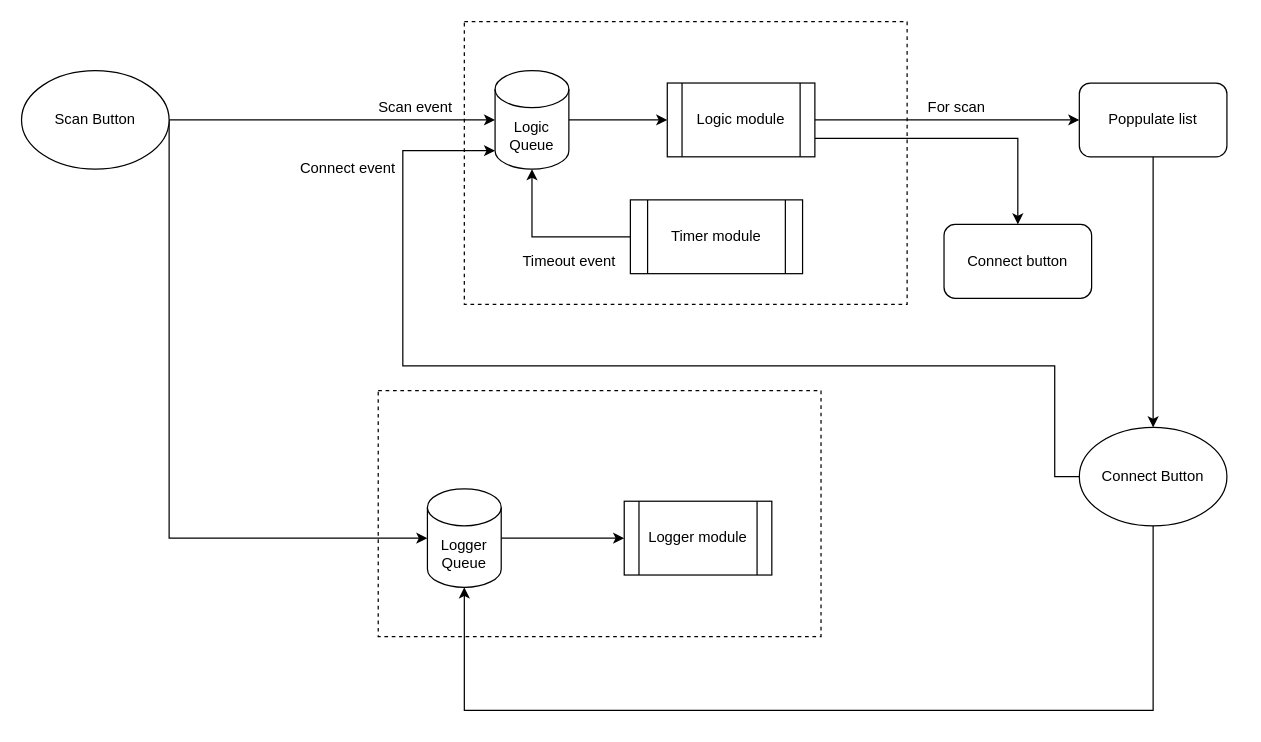
This is ConnectTab.drawio from arjun1299/PancreasGUI, a draw.io file, before an edit. Source tidied: cells renumbered, new cells numbered last; positions are measured from the earlier drawing's top-left corner, leaving out a move shared by most shapes. Both pictures are drawn from the tidied source at 123%, with x=0, y=0 at pixel (21, 21).
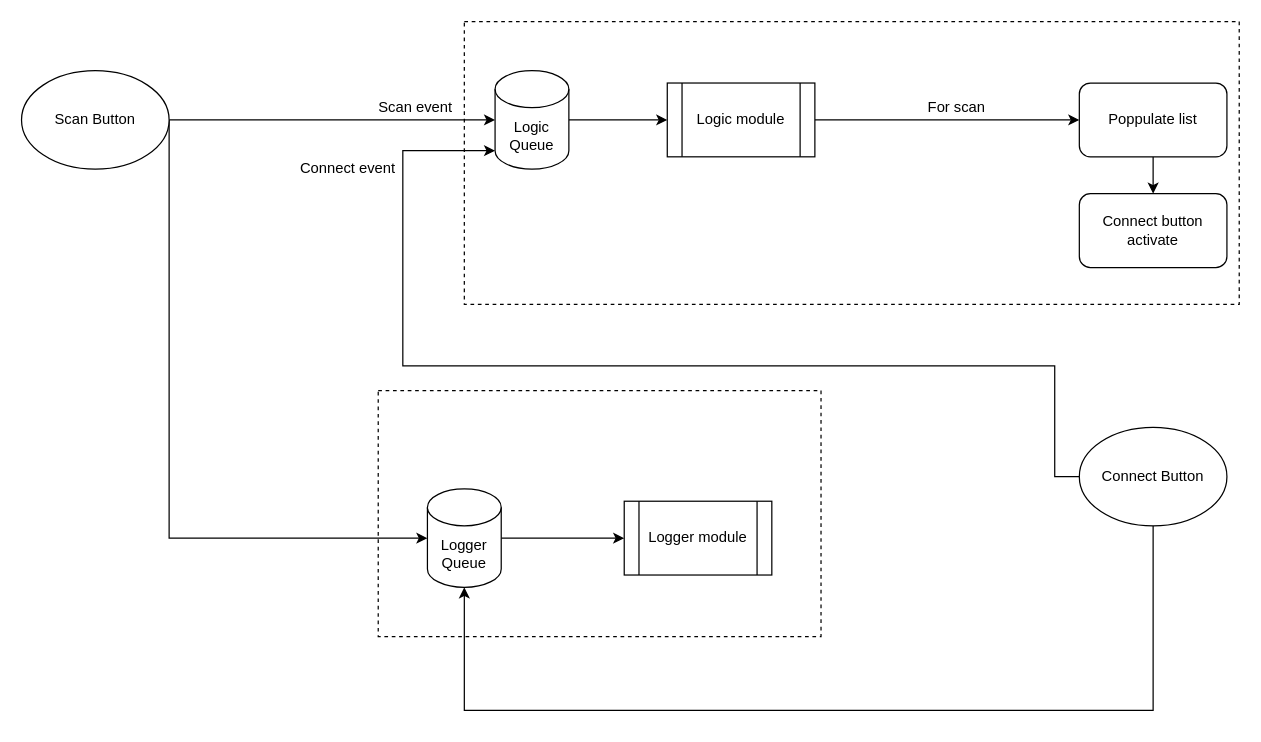
Above is the later version.

The change refers to these unchanged cells:
```xml
<mxCell id="8" value="Logic Queue" style="shape=cylinder3;whiteSpace=wrap;html=1;boundedLbl=1;backgroundOutline=1;size=15;" parent="1" vertex="1">
  <mxGeometry x="385" y="40" width="60" height="80" as="geometry" />
</mxCell>
<mxCell id="13" value="&lt;div&gt;Logic module&lt;/div&gt;" style="shape=process;whiteSpace=wrap;html=1;backgroundOutline=1;" parent="1" vertex="1">
  <mxGeometry x="525" y="50" width="120" height="60" as="geometry" />
</mxCell>
<mxCell id="20" value="Connect Button" style="ellipse;whiteSpace=wrap;html=1;" parent="1" vertex="1">
  <mxGeometry x="860" y="330" width="120" height="80" as="geometry" />
</mxCell>
<mxCell id="22" value="Poppulate list" style="rounded=1;whiteSpace=wrap;html=1;" parent="1" vertex="1">
  <mxGeometry x="860" y="50" width="120" height="60" as="geometry" />
</mxCell>
```

What changed in the source:
```diff
@@
     <mxCell id="6" style="verticalLabelPosition=bottom;verticalAlign=top;html=1;shape=mxgraph.basic.rect;fillColor2=none;strokeWidth=1;size=20;indent=5;dashed=1;" parent="1" vertex="1">
-      <mxGeometry x="360" width="360" height="230" as="geometry" />
+      <mxGeometry x="360" width="630" height="230" as="geometry" />
     </mxCell>
@@
-    <mxCell id="9" style="edgeStyle=orthogonalEdgeStyle;rounded=0;jettySize=auto;html=1;" parent="1" edge="1" source="10" target="8">
-      <mxGeometry relative="1" as="geometry" />
-    </mxCell>
-    <mxCell id="10" value="Timer module" style="shape=process;whiteSpace=wrap;html=1;backgroundOutline=1;" parent="1" vertex="1">
-      <mxGeometry x="495" y="145" width="140" height="60" as="geometry" />
-    </mxCell>
@@
-    <mxCell id="12" style="edgeStyle=orthogonalEdgeStyle;rounded=0;jettySize=auto;html=1;exitX=1;exitY=0.75;exitDx=0;exitDy=0;entryX=0.5;entryY=0;entryDx=0;entryDy=0;" parent="1" edge="1" source="13" target="26">
-      <mxGeometry relative="1" as="geometry" />
-    </mxCell>
@@
-    <mxCell id="14" value="Timeout event" style="text;html=1;align=center;verticalAlign=middle;" parent="1" vertex="1">
-      <mxGeometry x="400" y="185" width="90" height="20" as="geometry" />
-    </mxCell>
@@
-    <mxCell id="21" style="edgeStyle=orthogonalEdgeStyle;rounded=0;jettySize=auto;html=1;" parent="1" edge="1" source="22" target="20">
-      <mxGeometry relative="1" as="geometry" />
-    </mxCell>
+    <mxCell id="27" style="edgeStyle=orthogonalEdgeStyle;rounded=0;jettySize=auto;html=1;" parent="1" edge="1" source="22" target="26">
+      <mxGeometry relative="1" as="geometry" />
+    </mxCell>
@@
-    <mxCell id="26" value="Connect button" style="rounded=1;whiteSpace=wrap;html=1;" parent="1" vertex="1">
-      <mxGeometry x="750" y="165" width="120" height="60" as="geometry" />
+    <mxCell id="26" value="Connect button activate" style="rounded=1;whiteSpace=wrap;html=1;" parent="1" vertex="1">
+      <mxGeometry x="860" y="140" width="120" height="60" as="geometry" />
     </mxCell>
```
